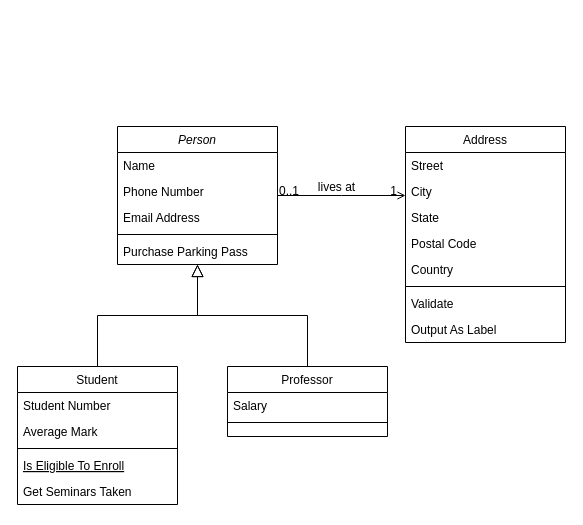
Above: Diagramme sans nom.drawio in 2023SMAGIR2A/Medical-Info-A (draw.io), before the change. Source tidied: cells renumbered, new cells numbered last; positions are measured from the earlier drawing's top-left corner, leaving out a move shared by most shapes. Both pictures are drawn from the tidied source at 100%, with x=0, y=0 at pixel (17, 126).
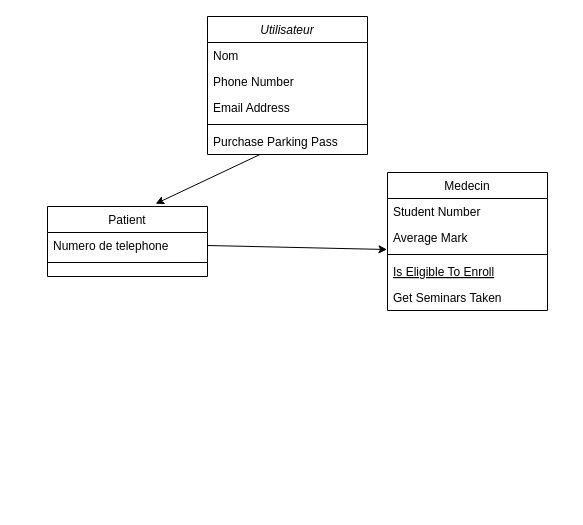
Above is the later version.

Commit message:
Mettre à jour Diagramme sans nom.drawio

The change refers to these unchanged cells:
```xml
<mxCell id="7" value="Purchase Parking Pass" style="text;align=left;verticalAlign=top;spacingLeft=4;spacingRight=4;overflow=hidden;points=[[0,0.5],[1,0.5]];portConstraint=eastwest;" parent="2" vertex="1">
  <mxGeometry y="112" width="160" height="26" as="geometry" />
</mxCell>
<mxCell id="10" value="Average Mark" style="text;align=left;verticalAlign=top;spacingLeft=4;spacingRight=4;overflow=hidden;points=[[0,0.5],[1,0.5]];portConstraint=eastwest;rounded=0;shadow=0;html=0;" parent="8" vertex="1">
  <mxGeometry y="52" width="160" height="26" as="geometry" />
</mxCell>
```

What changed in the source:
```diff
@@
-    <mxCell id="2" value="Person" style="swimlane;fontStyle=2;align=center;verticalAlign=top;horizontal=1;startSize=26;rounded=0;shadow=0;strokeWidth=1;" parent="1" vertex="1">
-      <mxGeometry x="100" width="160" height="138" as="geometry" />
+    <mxCell id="2" value="Utilisateur" style="swimlane;fontStyle=2;align=center;verticalAlign=top;horizontal=1;startSize=26;rounded=0;shadow=0;strokeWidth=1;" parent="1" vertex="1">
+      <mxGeometry x="190" y="-110" width="160" height="138" as="geometry" />
     </mxCell>
-    <mxCell id="3" value="Name" style="text;align=left;verticalAlign=top;spacingLeft=4;spacingRight=4;overflow=hidden;" parent="2" vertex="1">
+    <mxCell id="3" value="Nom" style="text;align=left;verticalAlign=top;spacingLeft=4;spacingRight=4;overflow=hidden;" parent="2" vertex="1">
       <mxGeometry y="26" width="160" height="26" as="geometry" />
     </mxCell>
@@
-    <mxCell id="8" value="Student" style="swimlane;fontStyle=0;align=center;verticalAlign=top;horizontal=1;startSize=26;rounded=0;shadow=0;strokeWidth=1;" parent="1" vertex="1">
-      <mxGeometry y="240" width="160" height="138" as="geometry" />
+    <mxCell id="8" value="Medecin" style="swimlane;fontStyle=0;align=center;verticalAlign=top;horizontal=1;startSize=26;rounded=0;shadow=0;strokeWidth=1;" parent="1" vertex="1">
+      <mxGeometry x="370" y="46" width="160" height="138" as="geometry" />
     </mxCell>
@@
-    <mxCell id="14" style="endArrow=block;endSize=10;endFill=0;shadow=0;strokeWidth=1;rounded=0;edgeStyle=elbowEdgeStyle;elbow=vertical;" parent="1" edge="1" source="8" target="2">
-      <mxGeometry relative="1" as="geometry" />
-    </mxCell>
-    <mxCell id="15" value="Professor" style="swimlane;fontStyle=0;align=center;verticalAlign=top;horizontal=1;startSize=26;rounded=0;shadow=0;strokeWidth=1;" parent="1" vertex="1">
-      <mxGeometry x="210" y="240" width="160" height="70" as="geometry" />
+    <mxCell id="15" value="Patient" style="swimlane;fontStyle=0;align=center;verticalAlign=top;horizontal=1;startSize=26;rounded=0;shadow=0;strokeWidth=1;" parent="1" vertex="1">
+      <mxGeometry x="30" y="80" width="160" height="70" as="geometry" />
     </mxCell>
-    <mxCell id="16" value="Salary" style="text;align=left;verticalAlign=top;spacingLeft=4;spacingRight=4;overflow=hidden;points=[[0,0.5],[1,0.5]];portConstraint=eastwest;" parent="15" vertex="1">
+    <mxCell id="16" value="Numero de telephone" style="text;align=left;verticalAlign=top;spacingLeft=4;spacingRight=4;overflow=hidden;points=[[0,0.5],[1,0.5]];portConstraint=eastwest;" parent="15" vertex="1">
       <mxGeometry y="26" width="160" height="26" as="geometry" />
     </mxCell>
@@
-    <mxCell id="18" style="endArrow=block;endSize=10;endFill=0;shadow=0;strokeWidth=1;rounded=0;edgeStyle=elbowEdgeStyle;elbow=vertical;" parent="1" edge="1" source="15" target="2">
-      <mxGeometry relative="1" as="geometry" />
-    </mxCell>
-    <mxCell id="19" value="Address" style="swimlane;fontStyle=0;align=center;verticalAlign=top;horizontal=1;startSize=26;rounded=0;shadow=0;strokeWidth=1;" parent="1" vertex="1">
-      <mxGeometry x="388" width="160" height="216" as="geometry" />
-    </mxCell>
-    <mxCell id="20" value="Street" style="text;align=left;verticalAlign=top;spacingLeft=4;spacingRight=4;overflow=hidden;" parent="19" vertex="1">
-      <mxGeometry y="26" width="160" height="26" as="geometry" />
-    </mxCell>
-    <mxCell id="21" value="City" style="text;align=left;verticalAlign=top;spacingLeft=4;spacingRight=4;overflow=hidden;rounded=0;shadow=0;html=0;" parent="19" vertex="1">
-      <mxGeometry y="52" width="160" height="26" as="geometry" />
-    </mxCell>
-    <mxCell id="22" value="State" style="text;align=left;verticalAlign=top;spacingLeft=4;spacingRight=4;overflow=hidden;rounded=0;shadow=0;html=0;" parent="19" vertex="1">
-      <mxGeometry y="78" width="160" height="26" as="geometry" />
-    </mxCell>
-    <mxCell id="23" value="Postal Code" style="text;align=left;verticalAlign=top;spacingLeft=4;spacingRight=4;overflow=hidden;rounded=0;shadow=0;html=0;" parent="19" vertex="1">
-      <mxGeometry y="104" width="160" height="26" as="geometry" />
-    </mxCell>
-    <mxCell id="24" value="Country" style="text;align=left;verticalAlign=top;spacingLeft=4;spacingRight=4;overflow=hidden;rounded=0;shadow=0;html=0;" parent="19" vertex="1">
-      <mxGeometry y="130" width="160" height="26" as="geometry" />
-    </mxCell>
-    <mxCell id="25" style="line;html=1;strokeWidth=1;align=left;verticalAlign=middle;spacingTop=-1;spacingLeft=3;spacingRight=3;labelPosition=right;" parent="19" vertex="1">
-      <mxGeometry y="156" width="160" height="8" as="geometry" />
-    </mxCell>
-    <mxCell id="26" value="Validate" style="text;align=left;verticalAlign=top;spacingLeft=4;spacingRight=4;overflow=hidden;" parent="19" vertex="1">
-      <mxGeometry y="164" width="160" height="26" as="geometry" />
-    </mxCell>
-    <mxCell id="27" value="Output As Label" style="text;align=left;verticalAlign=top;spacingLeft=4;spacingRight=4;overflow=hidden;" parent="19" vertex="1">
-      <mxGeometry y="190" width="160" height="26" as="geometry" />
-    </mxCell>
-    <mxCell id="28" style="endArrow=open;shadow=0;strokeWidth=1;rounded=0;endFill=1;edgeStyle=elbowEdgeStyle;elbow=vertical;" parent="1" edge="1" source="2" target="19">
-      <mxGeometry x="0.5" y="41" relative="1" as="geometry">
-        <mxPoint x="-40" y="32" as="offset" />
-      </mxGeometry>
-    </mxCell>
-    <mxCell id="29" value="0..1" style="align=left;verticalAlign=bottom;labelBackgroundColor=none;fontSize=12;" parent="28" vertex="1">
-      <mxGeometry x="-1" relative="1" as="geometry">
-        <mxPoint y="4" as="offset" />
-      </mxGeometry>
-    </mxCell>
-    <mxCell id="30" value="1" style="align=right;verticalAlign=bottom;labelBackgroundColor=none;fontSize=12;" parent="28" vertex="1">
-      <mxGeometry x="1" relative="1" as="geometry">
-        <mxPoint x="-7" y="4" as="offset" />
-      </mxGeometry>
-    </mxCell>
-    <mxCell id="31" value="lives at" style="text;html=1;align=center;verticalAlign=middle;labelBackgroundColor=none;rounded=0;shadow=0;strokeWidth=1;fontSize=12;" parent="28" vertex="1">
-      <mxGeometry x="0.5" y="49" relative="1" as="geometry">
-        <mxPoint x="-38" y="40" as="offset" />
-      </mxGeometry>
-    </mxCell>
+    <mxCell id="32" style="endArrow=classic;html=1;rounded=0;entryX=0.676;entryY=-0.039;entryDx=0;entryDy=0;entryPerimeter=0;" parent="1" edge="1" source="7" target="15">
+      <mxGeometry relative="1" as="geometry" />
+    </mxCell>
+    <mxCell id="33" style="endArrow=classic;html=1;rounded=0;entryX=-0.003;entryY=0.962;entryDx=0;entryDy=0;entryPerimeter=0;exitX=1;exitY=0.5;exitDx=0;exitDy=0;" parent="1" edge="1" source="16" target="10">
+      <mxGeometry relative="1" as="geometry" />
+    </mxCell>
```
